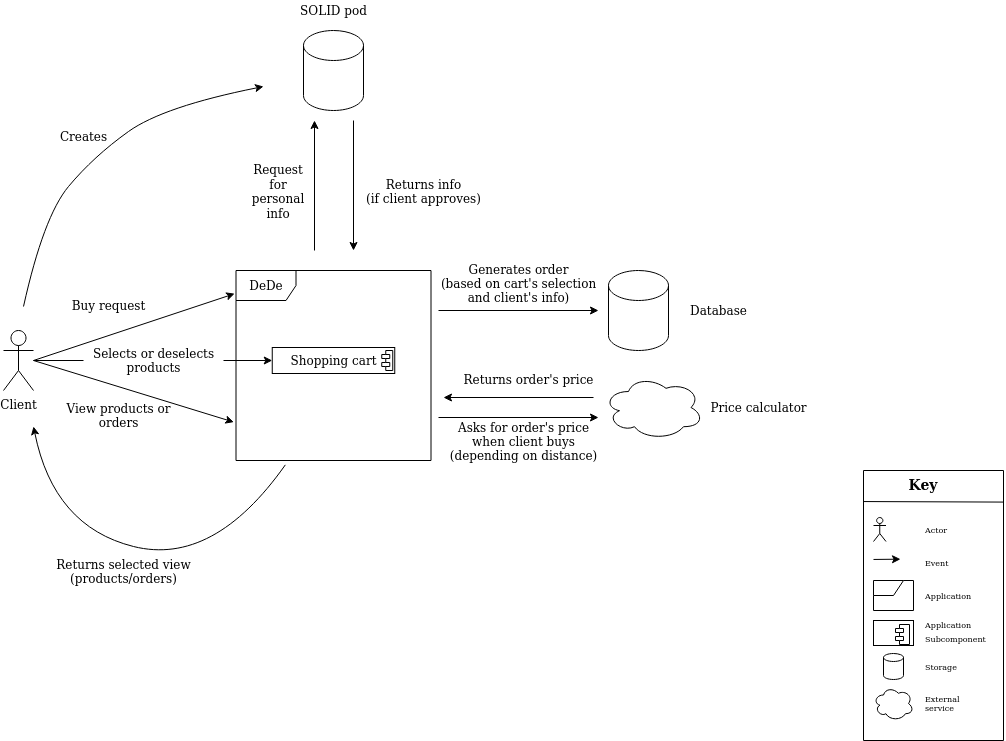
Above: docs/images/business_context_diagram.png in Arquisoft/dede_es5a (draw.io), before the change. Source tidied: cells renumbered, new cells last; positions are measured from the earlier drawing's top-left corner, leaving out a move shared by most shapes.
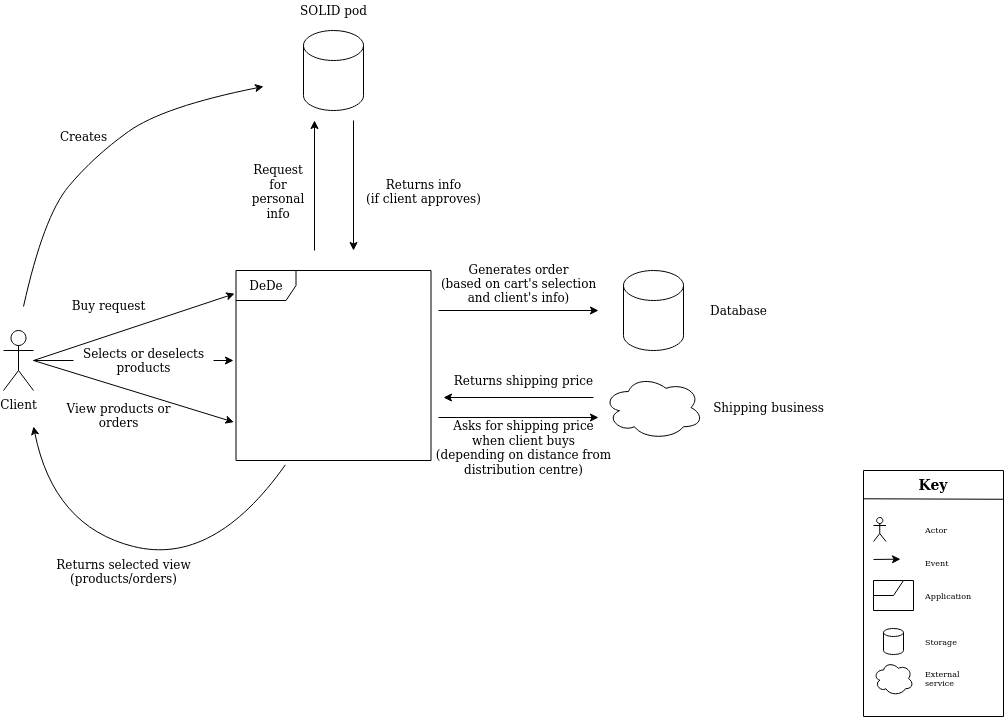
Later version of the same file.

Commit message:
Corrección: Business context

The edit, as a diff of the source:
```diff
@@ -8,8 +8,10 @@
     <mxCell id="3" value="Client" style="shape=umlActor;verticalLabelPosition=bottom;verticalAlign=top;html=1;" parent="1" vertex="1">
       <mxGeometry y="330" width="30" height="60" as="geometry" />
     </mxCell>
-    <mxCell id="4" style="endArrow=classic;html=1;rounded=0;startArrow=none;entryX=0;entryY=0.5;entryDx=0;entryDy=0;" parent="1" edge="1" source="33" target="42">
-      <mxGeometry relative="1" as="geometry" />
+    <mxCell id="4" style="endArrow=classic;html=1;rounded=0;startArrow=none;" parent="1" edge="1" source="33">
+      <mxGeometry relative="1" as="geometry">
+        <mxPoint x="230" y="360" as="targetPoint" />
+      </mxGeometry>
     </mxCell>
     <mxCell id="5" style="endArrow=classic;html=1;rounded=0;" parent="1" edge="1">
       <mxGeometry relative="1" as="geometry">
@@ -21,7 +23,7 @@
       <mxGeometry x="430" y="258" width="170" height="50" as="geometry" />
     </mxCell>
     <mxCell id="7" style="swimlane;startSize=0;" parent="1" vertex="1">
-      <mxGeometry x="860" y="470" width="140" height="270" as="geometry" />
+      <mxGeometry x="860" y="470" width="140" height="246" as="geometry" />
     </mxCell>
     <mxCell id="8" style="shape=umlActor;verticalLabelPosition=bottom;verticalAlign=top;html=1;" parent="7" vertex="1">
       <mxGeometry x="10" y="47" width="12.5" height="24" as="geometry" />
@@ -30,7 +32,7 @@
       <mxGeometry x="60" y="77" width="60" height="30" as="geometry" />
     </mxCell>
     <mxCell id="10" value="&lt;font style=&quot;font-size: 14px&quot;&gt;&lt;b&gt;Key&lt;/b&gt;&lt;/font&gt;" style="text;html=1;strokeColor=none;fillColor=none;align=center;verticalAlign=middle;whiteSpace=wrap;rounded=0;" parent="7" vertex="1">
-      <mxGeometry x="30" width="60" height="30" as="geometry" />
+      <mxGeometry x="40" width="60" height="30" as="geometry" />
     </mxCell>
     <mxCell id="11" style="endArrow=classic;html=1;rounded=0;" parent="7" edge="1">
       <mxGeometry relative="1" as="geometry">
@@ -47,37 +49,26 @@
     <mxCell id="14" value="Application" style="text;html=1;strokeColor=none;fillColor=none;align=left;verticalAlign=middle;whiteSpace=wrap;rounded=0;fontSize=8;" parent="7" vertex="1">
       <mxGeometry x="60" y="110" width="60" height="30" as="geometry" />
     </mxCell>
-    <mxCell id="15" value="&lt;p style=&quot;margin: 0px ; margin-top: 6px ; text-align: center&quot;&gt;&lt;br&gt;&lt;/p&gt;&lt;hr&gt;" style="align=left;overflow=fill;html=1;" parent="7" vertex="1">
-      <mxGeometry x="10" y="150" width="40" height="25" as="geometry" />
-    </mxCell>
-    <mxCell id="16" style="shape=component;jettyWidth=8;jettyHeight=4;" parent="15" vertex="1">
-      <mxGeometry x="1" width="14" height="20" relative="1" as="geometry">
-        <mxPoint x="-18" y="4" as="offset" />
-      </mxGeometry>
-    </mxCell>
-    <mxCell id="17" value="&lt;font style=&quot;font-size: 8px&quot;&gt;Application Subcomponent&lt;/font&gt;" style="text;html=1;strokeColor=none;fillColor=none;align=left;verticalAlign=middle;whiteSpace=wrap;rounded=0;" parent="7" vertex="1">
-      <mxGeometry x="60" y="145" width="60" height="30" as="geometry" />
-    </mxCell>
     <mxCell id="18" value="Storage" style="text;html=1;strokeColor=none;fillColor=none;align=left;verticalAlign=middle;whiteSpace=wrap;rounded=0;fontSize=8;" parent="7" vertex="1">
-      <mxGeometry x="60" y="181" width="60" height="30" as="geometry" />
+      <mxGeometry x="60" y="156" width="60" height="30" as="geometry" />
     </mxCell>
     <mxCell id="19" style="shape=cylinder3;whiteSpace=wrap;html=1;boundedLbl=1;backgroundOutline=1;size=4;" parent="7" vertex="1">
-      <mxGeometry x="20" y="183" width="20" height="26" as="geometry" />
+      <mxGeometry x="20" y="158" width="20" height="26" as="geometry" />
     </mxCell>
     <mxCell id="20" style="ellipse;shape=cloud;whiteSpace=wrap;html=1;" parent="7" vertex="1">
-      <mxGeometry x="10" y="216" width="40" height="34" as="geometry" />
+      <mxGeometry x="10" y="191" width="40" height="34" as="geometry" />
     </mxCell>
     <mxCell id="21" value="External service" style="text;html=1;strokeColor=none;fillColor=none;align=left;verticalAlign=middle;whiteSpace=wrap;rounded=0;fontSize=8;" parent="7" vertex="1">
-      <mxGeometry x="60" y="218" width="60" height="30" as="geometry" />
+      <mxGeometry x="60" y="193" width="60" height="30" as="geometry" />
     </mxCell>
     <mxCell id="22" style="endArrow=none;html=1;rounded=0;entryX=1.001;entryY=0.117;entryDx=0;entryDy=0;entryPerimeter=0;exitX=0;exitY=0.115;exitDx=0;exitDy=0;exitPerimeter=0;" parent="1" edge="1" source="7" target="7">
       <mxGeometry relative="1" as="geometry" />
     </mxCell>
     <mxCell id="23" style="shape=cylinder3;whiteSpace=wrap;html=1;boundedLbl=1;backgroundOutline=1;size=15;" parent="1" vertex="1">
-      <mxGeometry x="605" y="270" width="60" height="80" as="geometry" />
+      <mxGeometry x="620" y="270" width="60" height="80" as="geometry" />
     </mxCell>
     <mxCell id="24" value="Database" style="text;html=1;align=center;verticalAlign=middle;strokeColor=none;fillColor=none;" parent="1" vertex="1">
-      <mxGeometry x="680" y="300" width="70" height="20" as="geometry" />
+      <mxGeometry x="700" y="300" width="70" height="20" as="geometry" />
     </mxCell>
     <mxCell id="25" style="endArrow=classic;html=1;rounded=0;entryX=-0.011;entryY=0.798;entryDx=0;entryDy=0;entryPerimeter=0;" parent="1" edge="1" target="2">
       <mxGeometry relative="1" as="geometry">
@@ -112,7 +103,7 @@
       <mxGeometry x="360" y="176" width="120" height="30" as="geometry" />
     </mxCell>
     <mxCell id="33" value="&lt;div&gt;Selects or deselects&lt;/div&gt;&lt;div&gt;products&lt;br&gt;&lt;/div&gt;" style="text;html=1;align=center;verticalAlign=middle;points=[];strokeColor=none;fillColor=none;" parent="1" vertex="1">
-      <mxGeometry x="80" y="345" width="140" height="30" as="geometry" />
+      <mxGeometry x="70" y="345" width="140" height="30" as="geometry" />
     </mxCell>
     <mxCell id="34" style="endArrow=none;html=1;rounded=0;" parent="1" edge="1" source="3" target="33">
       <mxGeometry relative="1" as="geometry" />
@@ -154,16 +145,8 @@
     <mxCell id="41" style="ellipse;shape=cloud;whiteSpace=wrap;html=1;" parent="1" vertex="1">
       <mxGeometry x="600" y="375" width="100" height="64" as="geometry" />
     </mxCell>
-    <mxCell id="42" value="Shopping cart" style="html=1;" parent="1" vertex="1">
-      <mxGeometry x="268.8" y="347" width="122.5" height="26" as="geometry" />
-    </mxCell>
-    <mxCell id="43" style="shape=module;jettyWidth=8;jettyHeight=4;" parent="42" vertex="1">
-      <mxGeometry x="1" width="11" height="20" relative="1" as="geometry">
-        <mxPoint x="-13" y="3" as="offset" />
-      </mxGeometry>
-    </mxCell>
-    <mxCell id="44" value="Price calculator" style="text;html=1;align=center;verticalAlign=middle;strokeColor=none;fillColor=none;" parent="1" vertex="1">
-      <mxGeometry x="700" y="397" width="110" height="20" as="geometry" />
+    <mxCell id="44" value="Shipping business" style="text;html=1;align=center;verticalAlign=middle;strokeColor=none;fillColor=none;" parent="1" vertex="1">
+      <mxGeometry x="700" y="397" width="130" height="20" as="geometry" />
     </mxCell>
     <mxCell id="45" style="endArrow=classic;html=1;rounded=0;" parent="1" edge="1">
       <mxGeometry relative="1" as="geometry">
@@ -177,11 +160,11 @@
         <mxPoint x="440" y="397" as="targetPoint" />
       </mxGeometry>
     </mxCell>
-    <mxCell id="47" value="&lt;div&gt;Asks for order's price &lt;br&gt;&lt;/div&gt;&lt;div&gt;when client buys&lt;br&gt;&lt;/div&gt;&lt;div&gt;(depending on distance)&lt;br&gt;&lt;/div&gt;" style="text;html=1;align=center;verticalAlign=middle;strokeColor=none;fillColor=none;" parent="1" vertex="1">
-      <mxGeometry x="440" y="416" width="160" height="50" as="geometry" />
+    <mxCell id="47" value="&lt;div&gt;Asks for shipping price &lt;br&gt;&lt;/div&gt;&lt;div&gt;when client buys&lt;br&gt;&lt;/div&gt;&lt;div&gt;(depending on distance from&lt;/div&gt;&lt;div&gt;distribution centre)&lt;br&gt;&lt;/div&gt;" style="text;html=1;align=center;verticalAlign=middle;strokeColor=none;fillColor=none;" parent="1" vertex="1">
+      <mxGeometry x="425" y="417" width="190" height="60" as="geometry" />
     </mxCell>
-    <mxCell id="48" value="Returns order's price" style="text;html=1;align=center;verticalAlign=middle;strokeColor=none;fillColor=none;" parent="1" vertex="1">
-      <mxGeometry x="450" y="369" width="150" height="20" as="geometry" />
+    <mxCell id="48" value="Returns shipping price" style="text;html=1;align=center;verticalAlign=middle;strokeColor=none;fillColor=none;" parent="1" vertex="1">
+      <mxGeometry x="445" y="370" width="150" height="20" as="geometry" />
     </mxCell>
   </root>
 </mxGraphModel>
```
